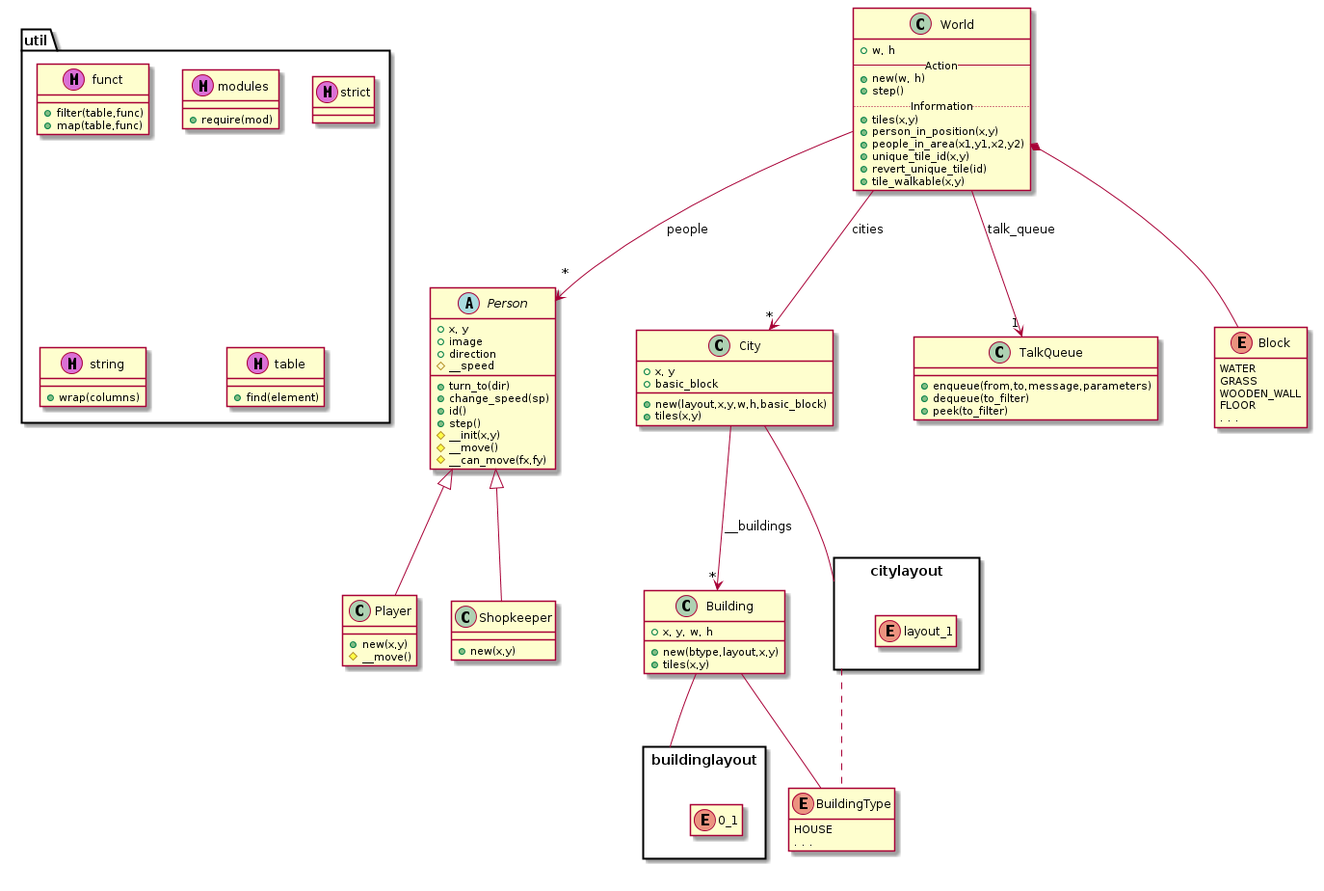
Before: doc/engine.png, a diagram exported from PlantUML (andrenho/newhope).
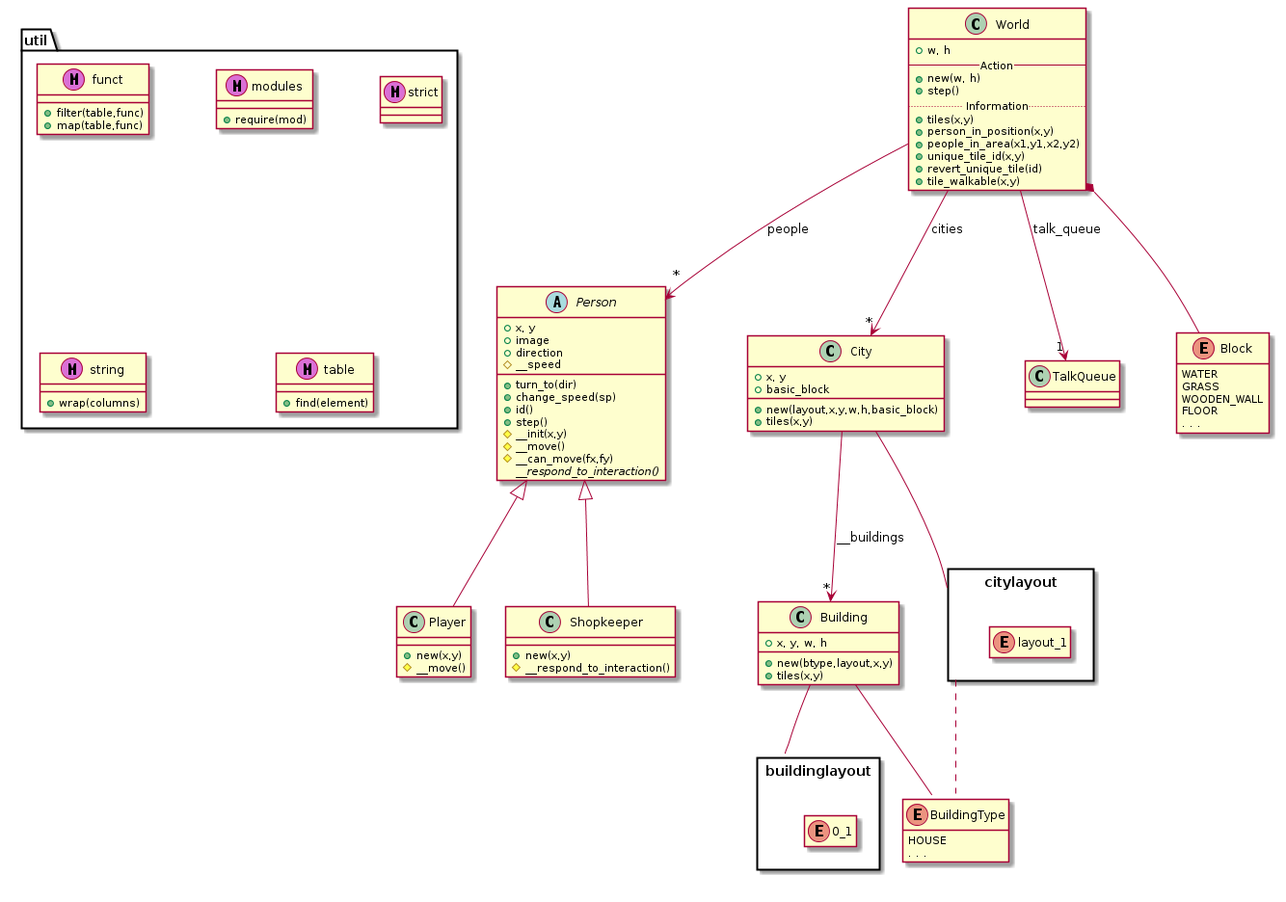
After the change.

Change to the diagram source:
```diff
@@ -55,6 +55,7 @@
   #__init(x,y)
   #__move()
   #__can_move(fx,fy)
+  {abstract} #__respond_to_interaction()
 }
 
 class Player {
@@ -64,6 +65,7 @@
 
 class Shopkeeper {
   +new(x,y)
+  #__respond_to_interaction()
 }
 
 class City {
@@ -77,12 +79,6 @@
   +x, y, w, h
   +new(btype,layout,x,y)
   +tiles(x,y)
-}
-
-class TalkQueue {
-  +enqueue(from,to,message,parameters)
-  +dequeue(to_filter)
-  +peek(to_filter)
 }
 
 enum Block {
```
